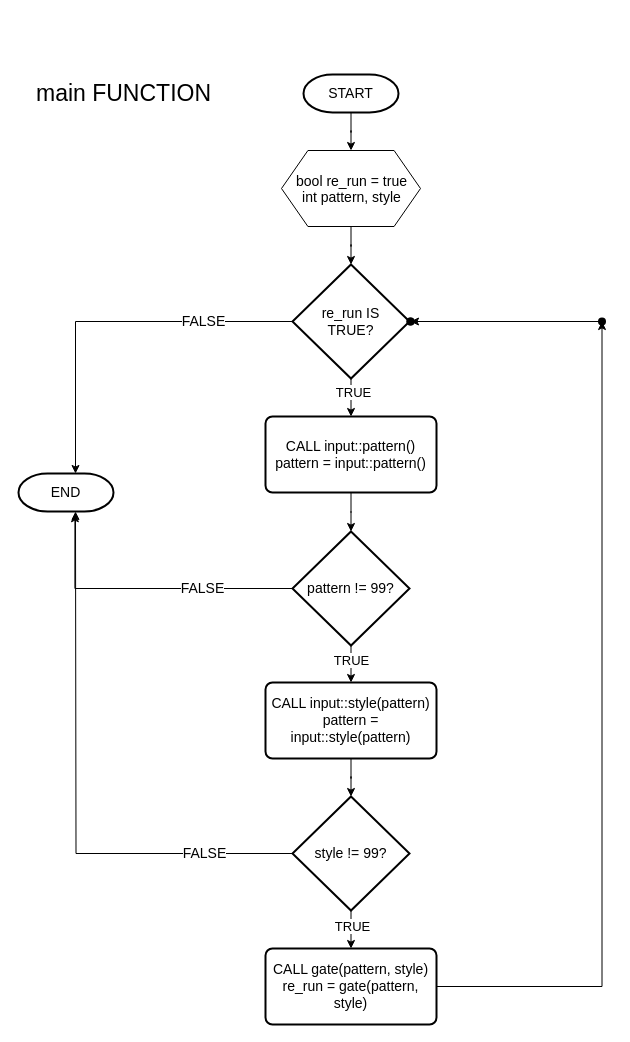
Above: pattern_printer.drawio in HarisHerdiansyah/tugas-alprog (draw.io), before the change. Source tidied: cells renumbered, new cells numbered last; positions are measured from the earlier drawing's top-left corner, leaving out a move shared by most shapes. Both pictures are drawn from the tidied source at 100%, with x=0, y=0 at pixel (18, 74).
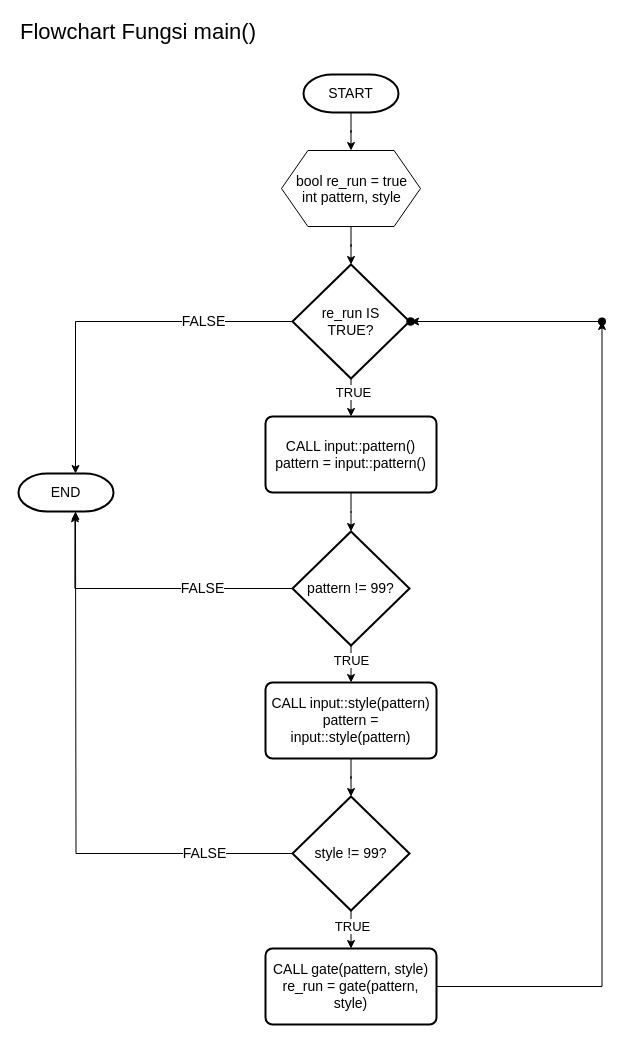
Above is the later version.

Change to the diagram source:
```diff
@@
-    <mxCell id="32" value="&lt;font style=&quot;font-size: 23px;&quot;&gt;main FUNCTION&lt;/font&gt;" style="text;html=1;align=center;verticalAlign=middle;strokeColor=none;fillColor=none;" parent="1" vertex="1">
-      <mxGeometry width="209" height="38" as="geometry" />
-    </mxCell>
+    <mxCell id="33" value="Flowchart Fungsi main()" style="text;html=1;align=left;verticalAlign=middle;whiteSpace=wrap;rounded=0;fontSize=22;" parent="1" vertex="1">
+      <mxGeometry y="-57" width="266" height="30" as="geometry" />
+    </mxCell>
```
